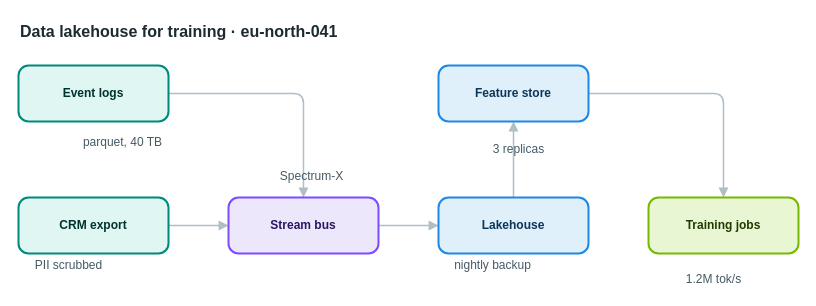
The draw.io diagram apps/web/public/samples/library/041-data-lakehouse-for-training.drawio in AryanG01/open-apprentice, before the edit. Source tidied: cells renumbered, new cells numbered last; positions are measured from the earlier drawing's top-left corner, leaving out a move shared by most shapes. Both pictures are drawn from the tidied source at 100%, with x=0, y=0 at pixel (18, 17).
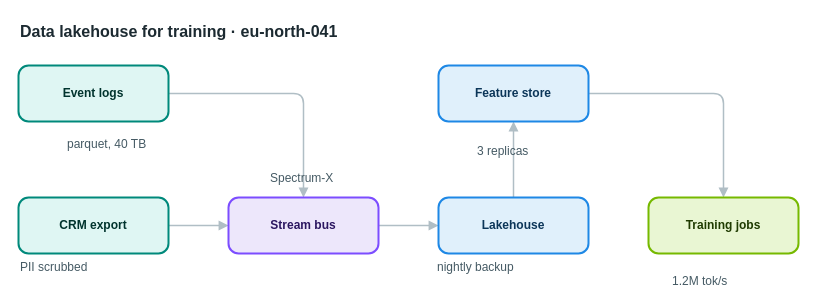
The same diagram, later.

The edit, as a diff of the source:
```diff
@@
 <mxGraphModel>
   <root>
     <mxCell id="0" />
     <mxCell id="1" parent="0" />
     <mxCell id="2" value="Data lakehouse for training · eu-north-041" style="rounded=0;whiteSpace=wrap;html=1;fillColor=none;strokeColor=none;fontSize=16;fontStyle=1;align=left;fontColor=#1c2a31;" parent="1" vertex="1">
       <mxGeometry width="420" height="28" as="geometry" />
     </mxCell>
     <mxCell id="3" style="edgeStyle=orthogonalEdgeStyle;rounded=1;html=1;strokeColor=#b0bec5;strokeWidth=1.5;endArrow=block;endFill=1;" parent="1" edge="1" source="8" target="10">
       <mxGeometry relative="1" as="geometry" />
     </mxCell>
     <mxCell id="4" style="edgeStyle=orthogonalEdgeStyle;rounded=1;html=1;strokeColor=#b0bec5;strokeWidth=1.5;endArrow=block;endFill=1;" parent="1" edge="1" source="9" target="10">
       <mxGeometry relative="1" as="geometry" />
     </mxCell>
     <mxCell id="5" style="edgeStyle=orthogonalEdgeStyle;rounded=1;html=1;strokeColor=#b0bec5;strokeWidth=1.5;endArrow=block;endFill=1;" parent="1" edge="1" source="10" target="11">
       <mxGeometry relative="1" as="geometry" />
     </mxCell>
     <mxCell id="6" style="edgeStyle=orthogonalEdgeStyle;rounded=1;html=1;strokeColor=#b0bec5;strokeWidth=1.5;endArrow=block;endFill=1;" parent="1" edge="1" source="11" target="12">
       <mxGeometry relative="1" as="geometry" />
     </mxCell>
     <mxCell id="7" style="edgeStyle=orthogonalEdgeStyle;rounded=1;html=1;strokeColor=#b0bec5;strokeWidth=1.5;endArrow=block;endFill=1;" parent="1" edge="1" source="12" target="13">
       <mxGeometry relative="1" as="geometry" />
     </mxCell>
     <mxCell id="8" value="Event logs" style="rounded=1;arcSize=18;whiteSpace=wrap;html=1;fillColor=#dff6f3;strokeColor=#00897b;strokeWidth=2;fontColor=#00332d;fontStyle=1;" parent="1" vertex="1">
       <mxGeometry y="48" width="150" height="56" as="geometry" />
     </mxCell>
     <mxCell id="9" value="CRM export" style="rounded=1;arcSize=18;whiteSpace=wrap;html=1;fillColor=#dff6f3;strokeColor=#00897b;strokeWidth=2;fontColor=#00332d;fontStyle=1;" parent="1" vertex="1">
       <mxGeometry y="180" width="150" height="56" as="geometry" />
     </mxCell>
     <mxCell id="10" value="Stream bus" style="rounded=1;arcSize=18;whiteSpace=wrap;html=1;fillColor=#ede7fb;strokeColor=#7c4dff;strokeWidth=2;fontColor=#2b1660;fontStyle=1;" parent="1" vertex="1">
       <mxGeometry x="210" y="180" width="150" height="56" as="geometry" />
     </mxCell>
     <mxCell id="11" value="Lakehouse" style="rounded=1;arcSize=18;whiteSpace=wrap;html=1;fillColor=#e0f0fb;strokeColor=#1e88e5;strokeWidth=2;fontColor=#0b3558;fontStyle=1;" parent="1" vertex="1">
       <mxGeometry x="420" y="180" width="150" height="56" as="geometry" />
     </mxCell>
     <mxCell id="12" value="Feature store" style="rounded=1;arcSize=18;whiteSpace=wrap;html=1;fillColor=#e0f0fb;strokeColor=#1e88e5;strokeWidth=2;fontColor=#0b3558;fontStyle=1;" parent="1" vertex="1">
       <mxGeometry x="420" y="48" width="150" height="56" as="geometry" />
     </mxCell>
     <mxCell id="13" value="Training jobs" style="rounded=1;arcSize=18;whiteSpace=wrap;html=1;fillColor=#e9f6d3;strokeColor=#76b900;strokeWidth=2;fontColor=#1f3b00;fontStyle=1;" parent="1" vertex="1">
       <mxGeometry x="630" y="180" width="150" height="56" as="geometry" />
     </mxCell>
-    <mxCell id="14" value="parquet, 40 TB" style="text;html=1;align=center;verticalAlign=middle;whiteSpace=nowrap;strokeColor=none;fillColor=none;fontSize=12;fontColor=#455a64;" parent="1" vertex="1">
+    <mxCell id="14" value="parquet, 40 TB" style="text;html=1;align=left;verticalAlign=top;whiteSpace=nowrap;spacing=0;spacingTop=0;strokeColor=none;fillColor=none;fontSize=12;fontColor=#455a64;" parent="1" vertex="1">
       <mxGeometry x="49" y="115" width="110" height="20" as="geometry" />
     </mxCell>
-    <mxCell id="15" value="PII scrubbed" style="text;html=1;align=center;verticalAlign=middle;whiteSpace=nowrap;strokeColor=none;fillColor=none;fontSize=12;fontColor=#455a64;" parent="1" vertex="1">
+    <mxCell id="15" value="PII scrubbed" style="text;html=1;align=left;verticalAlign=top;whiteSpace=nowrap;spacing=0;spacingTop=0;strokeColor=none;fillColor=none;fontSize=12;fontColor=#455a64;" parent="1" vertex="1">
       <mxGeometry x="2" y="238" width="96" height="20" as="geometry" />
     </mxCell>
-    <mxCell id="16" value="Spectrum-X" style="text;html=1;align=center;verticalAlign=middle;whiteSpace=nowrap;strokeColor=none;fillColor=none;fontSize=12;fontColor=#455a64;" parent="1" vertex="1">
+    <mxCell id="16" value="Spectrum-X" style="text;html=1;align=left;verticalAlign=top;whiteSpace=nowrap;spacing=0;spacingTop=0;strokeColor=none;fillColor=none;fontSize=12;fontColor=#455a64;" parent="1" vertex="1">
       <mxGeometry x="252" y="149" width="82" height="20" as="geometry" />
     </mxCell>
-    <mxCell id="17" value="nightly backup" style="text;html=1;align=center;verticalAlign=middle;whiteSpace=nowrap;strokeColor=none;fillColor=none;fontSize=12;fontColor=#455a64;" parent="1" vertex="1">
+    <mxCell id="17" value="nightly backup" style="text;html=1;align=left;verticalAlign=top;whiteSpace=nowrap;spacing=0;spacingTop=0;strokeColor=none;fillColor=none;fontSize=12;fontColor=#455a64;" parent="1" vertex="1">
       <mxGeometry x="419" y="238" width="110" height="20" as="geometry" />
     </mxCell>
-    <mxCell id="18" value="3 replicas" style="text;html=1;align=center;verticalAlign=middle;whiteSpace=nowrap;strokeColor=none;fillColor=none;fontSize=12;fontColor=#455a64;" parent="1" vertex="1">
+    <mxCell id="18" value="3 replicas" style="text;html=1;align=left;verticalAlign=top;whiteSpace=nowrap;spacing=0;spacingTop=0;strokeColor=none;fillColor=none;fontSize=12;fontColor=#455a64;" parent="1" vertex="1">
       <mxGeometry x="459" y="122" width="82" height="20" as="geometry" />
     </mxCell>
-    <mxCell id="19" value="1.2M tok/s" style="text;html=1;align=center;verticalAlign=middle;whiteSpace=nowrap;strokeColor=none;fillColor=none;fontSize=12;fontColor=#455a64;" parent="1" vertex="1">
+    <mxCell id="19" value="1.2M tok/s" style="text;html=1;align=left;verticalAlign=top;whiteSpace=nowrap;spacing=0;spacingTop=0;strokeColor=none;fillColor=none;fontSize=12;fontColor=#455a64;" parent="1" vertex="1">
       <mxGeometry x="654" y="252" width="82" height="20" as="geometry" />
     </mxCell>
   </root>
 </mxGraphModel>
```
